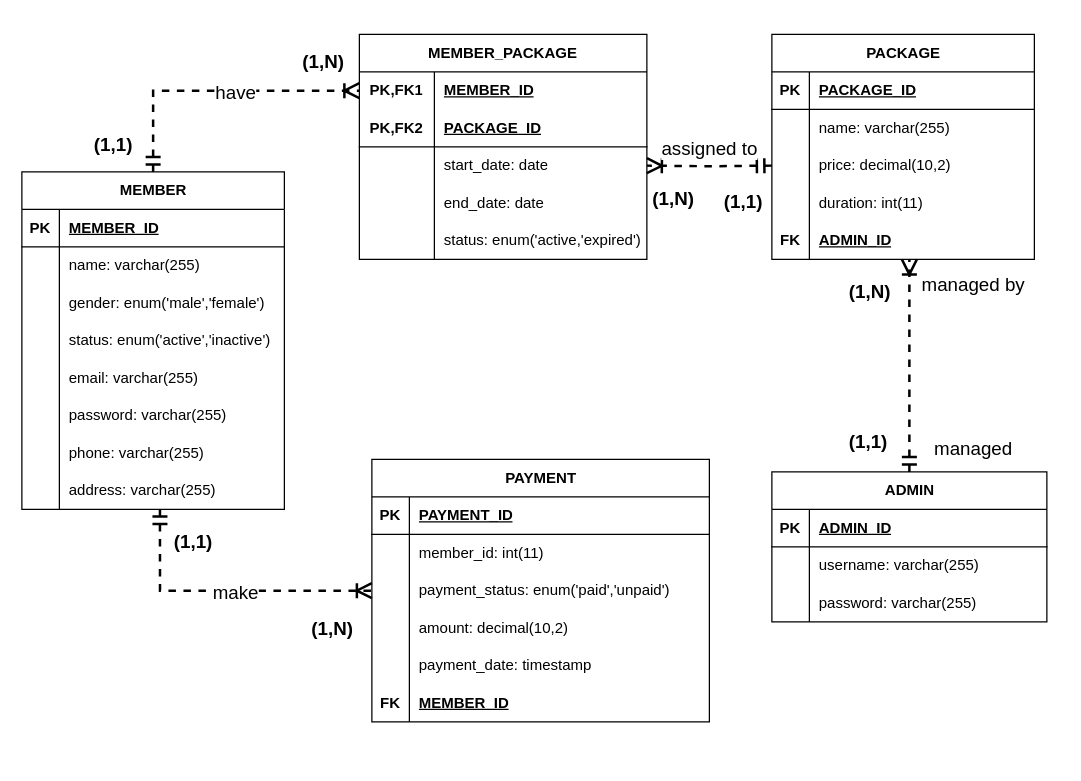
This is ERD ICT600 Gym Membership System.drawio from AbeSoll/Draw.io, a draw.io file, before an edit. Source tidied: cells renumbered, new cells numbered last; positions are measured from the earlier drawing's top-left corner, leaving out a move shared by most shapes. Both pictures are drawn from the tidied source at 125%, with x=0, y=0 at pixel (21, 34).
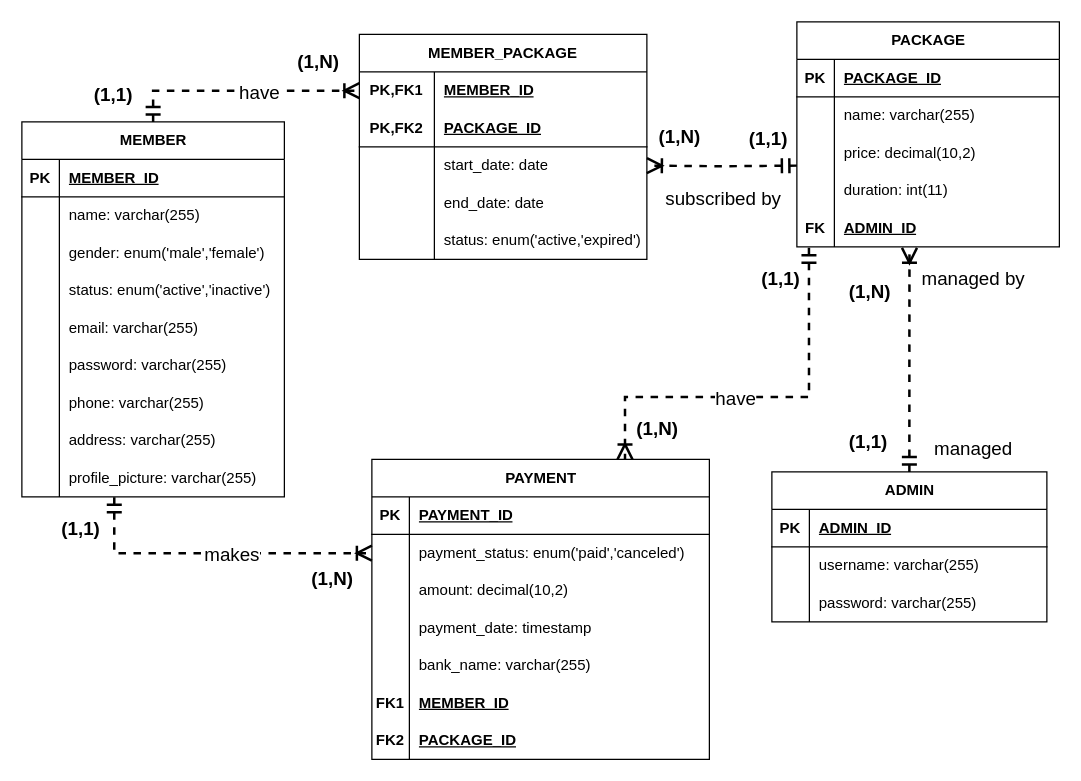
The same page after the edit.

The change refers to these unchanged cells:
```xml
<mxCell id="24" style="shape=tableRow;horizontal=0;startSize=0;swimlaneHead=0;swimlaneBody=0;fillColor=none;points=[[0,0.5],[1,0.5]];portConstraint=eastwest;top=0;left=0;right=0;bottom=0;fontFamily=Helvetica;fontSize=12;" parent="2" vertex="1">
  <mxGeometry y="240" width="210" height="30" as="geometry" />
</mxCell>
<mxCell id="59" style="shape=tableRow;horizontal=0;startSize=0;swimlaneHead=0;swimlaneBody=0;fillColor=none;points=[[0,0.5],[1,0.5]];portConstraint=eastwest;top=0;left=0;right=0;bottom=0;fontFamily=Helvetica;fontSize=12;" parent="46" vertex="1">
  <mxGeometry y="150" width="210" height="30" as="geometry" />
</mxCell>
<mxCell id="64" value="ADMIN" style="shape=table;startSize=30;childLayout=tableLayout;rowLines=0;fontStyle=1;align=center;html=1;fontFamily=Helvetica;fontSize=12;" parent="1" vertex="1">
  <mxGeometry x="600" y="350" width="220" height="120" as="geometry" />
</mxCell>
<mxCell id="74" style="edgeStyle=orthogonalEdgeStyle;rounded=0;jettySize=auto;html=1;exitX=0.5;exitY=0;exitDx=0;exitDy=0;entryX=0;entryY=0.5;entryDx=0;entryDy=0;startArrow=ERmandOne;startFill=0;endArrow=ERoneToMany;endFill=0;strokeWidth=2;targetPerimeterSpacing=0;endSize=9;startSize=9;dashed=1;" parent="1" edge="1" source="2" target="80">
  <mxGeometry relative="1" as="geometry" />
</mxCell>
<mxCell id="86" style="shape=tableRow;horizontal=0;startSize=0;swimlaneHead=0;swimlaneBody=0;fillColor=none;points=[[0,0.5],[1,0.5]];portConstraint=eastwest;top=0;left=0;right=0;bottom=0;html=1;" parent="79" vertex="1">
  <mxGeometry y="90" width="230" height="30" as="geometry" />
</mxCell>
```

Diff of the diagram source:
```diff
@@
     <mxCell id="2" value="MEMBER" style="shape=table;startSize=30;childLayout=tableLayout;rowLines=0;fontStyle=1;align=center;html=1;fontFamily=Helvetica;fontSize=12;" parent="1" vertex="1">
-      <mxGeometry y="110" width="210" height="270" as="geometry" />
+      <mxGeometry y="70" width="210" height="300" as="geometry" />
     </mxCell>
@@
+    <mxCell id="105" style="shape=tableRow;horizontal=0;startSize=0;swimlaneHead=0;swimlaneBody=0;fillColor=none;points=[[0,0.5],[1,0.5]];portConstraint=eastwest;top=0;left=0;right=0;bottom=0;fontFamily=Helvetica;fontSize=12;" parent="2" vertex="1">
+      <mxGeometry y="270" width="210" height="30" as="geometry" />
+    </mxCell>
+    <mxCell id="32" style="shape=partialRectangle;fillColor=none;top=0;left=0;bottom=0;right=0;overflow=hidden;whiteSpace=wrap;html=1;fontFamily=Helvetica;fontSize=12;" parent="105" vertex="1">
+      <mxGeometry width="30" height="30" as="geometry" />
+    </mxCell>
+    <mxCell id="106" value="profile_picture: varchar(255)" style="shape=partialRectangle;fillColor=none;top=0;left=0;bottom=0;right=0;align=left;spacingLeft=6;overflow=hidden;whiteSpace=wrap;html=1;fontFamily=Helvetica;fontSize=12;" parent="105" vertex="1">
+      <mxGeometry x="30" width="180" height="30" as="geometry" />
+    </mxCell>
     <mxCell id="27" value="PAYMENT" style="shape=table;startSize=30;childLayout=tableLayout;rowLines=0;fontStyle=1;align=center;html=1;fontFamily=Helvetica;fontSize=12;" parent="1" vertex="1">
-      <mxGeometry x="280" y="340" width="270" height="210" as="geometry" />
+      <mxGeometry x="280" y="340" width="270" height="240" as="geometry" />
     </mxCell>
@@
-    <mxCell id="31" style="shape=tableRow;horizontal=0;startSize=0;swimlaneHead=0;swimlaneBody=0;fillColor=none;top=0;left=0;right=0;bottom=0;fontFamily=Helvetica;fontSize=12;" parent="27" vertex="1">
-      <mxGeometry y="60" width="270" height="30" as="geometry" />
-    </mxCell>
-    <mxCell id="32" style="shape=partialRectangle;fillColor=none;top=0;left=0;bottom=0;right=0;overflow=hidden;whiteSpace=wrap;html=1;fontFamily=Helvetica;fontSize=12;" parent="31" vertex="1">
-      <mxGeometry width="30" height="30" as="geometry" />
-    </mxCell>
-    <mxCell id="33" value="member_id: int(11)" style="shape=partialRectangle;fillColor=none;top=0;left=0;bottom=0;right=0;align=left;spacingLeft=6;overflow=hidden;whiteSpace=wrap;html=1;fontFamily=Helvetica;fontSize=12;" parent="31" vertex="1">
-      <mxGeometry x="30" width="240" height="30" as="geometry" />
-    </mxCell>
     <mxCell id="34" style="shape=tableRow;horizontal=0;startSize=0;swimlaneHead=0;swimlaneBody=0;fillColor=none;points=[[0,0.5],[1,0.5]];portConstraint=eastwest;top=0;left=0;right=0;bottom=0;fontFamily=Helvetica;fontSize=12;" parent="27" vertex="1">
-      <mxGeometry y="90" width="270" height="30" as="geometry" />
+      <mxGeometry y="60" width="270" height="30" as="geometry" />
     </mxCell>
@@
-    <mxCell id="36" value="payment_status: enum('paid','unpaid')" style="shape=partialRectangle;fillColor=none;top=0;left=0;bottom=0;right=0;align=left;spacingLeft=6;overflow=hidden;whiteSpace=wrap;html=1;fontFamily=Helvetica;fontSize=12;" parent="34" vertex="1">
+    <mxCell id="36" value="payment_status: enum('paid','canceled')" style="shape=partialRectangle;fillColor=none;top=0;left=0;bottom=0;right=0;align=left;spacingLeft=6;overflow=hidden;whiteSpace=wrap;html=1;fontFamily=Helvetica;fontSize=12;" parent="34" vertex="1">
       <mxGeometry x="30" width="240" height="30" as="geometry" />
     </mxCell>
     <mxCell id="37" style="shape=tableRow;horizontal=0;startSize=0;swimlaneHead=0;swimlaneBody=0;fillColor=none;top=0;left=0;right=0;bottom=0;fontFamily=Helvetica;fontSize=12;" parent="27" vertex="1">
-      <mxGeometry y="120" width="270" height="30" as="geometry" />
+      <mxGeometry y="90" width="270" height="30" as="geometry" />
     </mxCell>
@@
     <mxCell id="40" style="shape=tableRow;horizontal=0;startSize=0;swimlaneHead=0;swimlaneBody=0;fillColor=none;top=0;left=0;right=0;bottom=0;fontFamily=Helvetica;fontSize=12;" parent="27" vertex="1">
-      <mxGeometry y="150" width="270" height="30" as="geometry" />
+      <mxGeometry y="120" width="270" height="30" as="geometry" />
     </mxCell>
@@
     <mxCell id="43" style="shape=tableRow;horizontal=0;startSize=0;swimlaneHead=0;swimlaneBody=0;fillColor=none;top=0;left=0;right=0;bottom=0;fontFamily=Helvetica;fontSize=12;fontStyle=1;" parent="27" vertex="1">
-      <mxGeometry y="180" width="270" height="30" as="geometry" />
+      <mxGeometry y="150" width="270" height="30" as="geometry" />
     </mxCell>
-    <mxCell id="44" value="&lt;b&gt;FK&lt;/b&gt;" style="shape=partialRectangle;fillColor=none;top=0;left=0;bottom=0;right=0;overflow=hidden;whiteSpace=wrap;html=1;fontFamily=Helvetica;fontSize=12;" parent="43" vertex="1">
+    <mxCell id="44" style="shape=partialRectangle;fillColor=none;top=0;left=0;bottom=0;right=0;overflow=hidden;whiteSpace=wrap;html=1;fontFamily=Helvetica;fontSize=12;" parent="43" vertex="1">
       <mxGeometry width="30" height="30" as="geometry" />
     </mxCell>
-    <mxCell id="45" value="&lt;b&gt;&lt;u&gt;MEMBER_ID&lt;/u&gt;&lt;/b&gt;" style="shape=partialRectangle;fillColor=none;top=0;left=0;bottom=0;right=0;align=left;spacingLeft=6;overflow=hidden;whiteSpace=wrap;html=1;fontFamily=Helvetica;fontSize=12;" parent="43" vertex="1">
+    <mxCell id="45" value="bank_name: varchar(255)" style="shape=partialRectangle;fillColor=none;top=0;left=0;bottom=0;right=0;align=left;spacingLeft=6;overflow=hidden;whiteSpace=wrap;html=1;fontFamily=Helvetica;fontSize=12;" parent="43" vertex="1">
       <mxGeometry x="30" width="240" height="30" as="geometry" />
     </mxCell>
+    <mxCell id="107" style="shape=tableRow;horizontal=0;startSize=0;swimlaneHead=0;swimlaneBody=0;fillColor=none;top=0;left=0;right=0;bottom=0;fontFamily=Helvetica;fontSize=12;" parent="27" vertex="1">
+      <mxGeometry y="180" width="270" height="30" as="geometry" />
+    </mxCell>
+    <mxCell id="108" value="&lt;b&gt;FK1&lt;/b&gt;" style="shape=partialRectangle;fillColor=none;top=0;left=0;bottom=0;right=0;overflow=hidden;whiteSpace=wrap;html=1;fontFamily=Helvetica;fontSize=12;" parent="107" vertex="1">
+      <mxGeometry width="30" height="30" as="geometry" />
+    </mxCell>
+    <mxCell id="109" value="&lt;b&gt;&lt;u&gt;MEMBER_ID&lt;/u&gt;&lt;/b&gt;" style="shape=partialRectangle;fillColor=none;top=0;left=0;bottom=0;right=0;align=left;spacingLeft=6;overflow=hidden;whiteSpace=wrap;html=1;fontFamily=Helvetica;fontSize=12;" parent="107" vertex="1">
+      <mxGeometry x="30" width="240" height="30" as="geometry" />
+    </mxCell>
+    <mxCell id="110" style="shape=tableRow;horizontal=0;startSize=0;swimlaneHead=0;swimlaneBody=0;fillColor=none;top=0;left=0;right=0;bottom=0;fontFamily=Helvetica;fontSize=12;" parent="27" vertex="1">
+      <mxGeometry y="210" width="270" height="30" as="geometry" />
+    </mxCell>
+    <mxCell id="111" value="&lt;b&gt;FK2&lt;/b&gt;" style="shape=partialRectangle;fillColor=none;top=0;left=0;bottom=0;right=0;overflow=hidden;whiteSpace=wrap;html=1;fontFamily=Helvetica;fontSize=12;" parent="110" vertex="1">
+      <mxGeometry width="30" height="30" as="geometry" />
+    </mxCell>
+    <mxCell id="112" value="&lt;b&gt;&lt;u&gt;PACKAGE_ID&lt;/u&gt;&lt;/b&gt;" style="shape=partialRectangle;fillColor=none;top=0;left=0;bottom=0;right=0;align=left;spacingLeft=6;overflow=hidden;whiteSpace=wrap;html=1;fontFamily=Helvetica;fontSize=12;" parent="110" vertex="1">
+      <mxGeometry x="30" width="240" height="30" as="geometry" />
+    </mxCell>
     <mxCell id="46" value="PACKAGE" style="shape=table;startSize=30;childLayout=tableLayout;rowLines=0;fontStyle=1;align=center;html=1;fontFamily=Helvetica;fontSize=12;" parent="1" vertex="1">
-      <mxGeometry x="600" width="210" height="180" as="geometry" />
+      <mxGeometry x="620" y="-10" width="210" height="180" as="geometry" />
     </mxCell>
@@
-    <mxCell id="62" style="edgeStyle=orthogonalEdgeStyle;rounded=0;jettySize=auto;html=1;exitX=0.5;exitY=0;exitDx=0;exitDy=0;startArrow=ERmandOne;startFill=0;endArrow=ERoneToMany;endFill=0;endSize=9;startSize=9;strokeWidth=2;dashed=1;" parent="1" edge="1" source="64">
-      <mxGeometry relative="1" as="geometry">
-        <mxPoint x="710" y="180" as="targetPoint" />
-        <Array as="points">
-          <mxPoint x="710" y="180" />
-        </Array>
-      </mxGeometry>
+    <mxCell id="62" style="edgeStyle=orthogonalEdgeStyle;rounded=0;jettySize=auto;html=1;exitX=0.5;exitY=0;exitDx=0;exitDy=0;startArrow=ERmandOne;startFill=0;endArrow=ERoneToMany;endFill=0;endSize=9;startSize=9;strokeWidth=2;dashed=1;entryX=0.429;entryY=1.026;entryDx=0;entryDy=0;entryPerimeter=0;" parent="1" edge="1" source="64" target="59">
+      <mxGeometry relative="1" as="geometry" />
     </mxCell>
@@
     <mxCell id="76" value="(1,N)" style="edgeLabel;html=1;align=center;verticalAlign=middle;fontStyle=1;fontSize=15;" parent="74" vertex="1">
       <mxGeometry x="0.66" y="-1" relative="1" as="geometry">
-        <mxPoint x="9" y="-26" as="offset" />
+        <mxPoint x="-2" y="-26" as="offset" />
       </mxGeometry>
     </mxCell>
-    <mxCell id="77" style="edgeStyle=orthogonalEdgeStyle;rounded=0;jettySize=auto;html=1;exitX=0;exitY=0.5;exitDx=0;exitDy=0;entryX=1;entryY=0.5;entryDx=0;entryDy=0;endArrow=ERoneToMany;endFill=0;startArrow=ERmandOne;startFill=0;strokeWidth=2;sourcePerimeterSpacing=0;endSize=9;startSize=9;dashed=1;" parent="1" edge="1" target="86">
+    <mxCell id="77" style="edgeStyle=orthogonalEdgeStyle;rounded=0;jettySize=auto;html=1;entryX=1;entryY=0.5;entryDx=0;entryDy=0;endArrow=ERoneToMany;endFill=0;startArrow=ERmandOne;startFill=0;strokeWidth=2;sourcePerimeterSpacing=0;endSize=9;startSize=9;dashed=1;" parent="1" edge="1" target="86">
       <mxGeometry relative="1" as="geometry">
-        <mxPoint x="600" y="105" as="sourcePoint" />
+        <mxPoint x="620" y="105" as="sourcePoint" />
       </mxGeometry>
     </mxCell>
-    <mxCell id="78" value="assigned to" style="edgeLabel;html=1;align=center;verticalAlign=middle;fontSize=15;" parent="77" vertex="1">
+    <mxCell id="78" value="subscribed by" style="edgeLabel;html=1;align=center;verticalAlign=middle;fontSize=15;" parent="77" vertex="1">
       <mxGeometry x="0.01" y="1" relative="1" as="geometry">
-        <mxPoint y="-16" as="offset" />
+        <mxPoint x="1" y="24" as="offset" />
       </mxGeometry>
     </mxCell>
@@
-    <mxCell id="95" style="edgeStyle=orthogonalEdgeStyle;rounded=0;jettySize=auto;html=1;exitX=0.526;exitY=0.992;exitDx=0;exitDy=0;entryX=0;entryY=0.5;entryDx=0;entryDy=0;startArrow=ERmandOne;startFill=0;endArrow=ERoneToMany;endFill=0;strokeWidth=2;targetPerimeterSpacing=0;startSize=9;endSize=9;exitPerimeter=0;dashed=1;" parent="1" edge="1" source="24" target="34">
+    <mxCell id="95" style="edgeStyle=orthogonalEdgeStyle;rounded=0;jettySize=auto;html=1;exitX=0.352;exitY=1.013;exitDx=0;exitDy=0;entryX=0;entryY=0.5;entryDx=0;entryDy=0;startArrow=ERmandOne;startFill=0;endArrow=ERoneToMany;endFill=0;strokeWidth=2;targetPerimeterSpacing=0;startSize=9;endSize=9;dashed=1;exitPerimeter=0;" parent="1" edge="1" source="105" target="34">
       <mxGeometry relative="1" as="geometry" />
     </mxCell>
-    <mxCell id="96" value="make" style="edgeLabel;html=1;align=center;verticalAlign=middle;fontSize=15;" parent="95" vertex="1">
+    <mxCell id="96" value="makes" style="edgeLabel;html=1;align=center;verticalAlign=middle;fontSize=15;" parent="95" vertex="1">
       <mxGeometry x="-0.13" relative="1" as="geometry">
-        <mxPoint x="23" as="offset" />
+        <mxPoint x="29" as="offset" />
       </mxGeometry>
     </mxCell>
@@
     <mxCell id="98" value="(1,1)" style="edgeLabel;html=1;align=center;verticalAlign=middle;fontStyle=1;fontSize=15;" parent="1" vertex="1">
-      <mxGeometry x="240" y="40" as="geometry">
+      <mxGeometry x="240" as="geometry">
         <mxPoint x="-168" y="47" as="offset" />
       </mxGeometry>
     </mxCell>
     <mxCell id="99" value="&lt;span style=&quot;color: rgb(0, 0, 0); font-family: Helvetica; font-size: 15px; font-style: normal; font-variant-ligatures: normal; font-variant-caps: normal; font-weight: 700; letter-spacing: normal; orphans: 2; text-align: center; text-indent: 0px; text-transform: none; widows: 2; word-spacing: 0px; -webkit-text-stroke-width: 0px; white-space: nowrap; background-color: rgb(255, 255, 255); text-decoration-thickness: initial; text-decoration-style: initial; text-decoration-color: initial; display: inline !important; float: none;&quot;&gt;(1,1)&lt;/span&gt;" style="text;whiteSpace=wrap;html=1;" parent="1" vertex="1">
-      <mxGeometry x="120" y="390" width="60" height="40" as="geometry" />
+      <mxGeometry x="30" y="380" width="60" height="40" as="geometry" />
     </mxCell>
@@
     <mxCell id="101" value="(1,N)" style="edgeLabel;html=1;align=center;verticalAlign=middle;fontStyle=1;fontSize=15;" parent="1" vertex="1">
-      <mxGeometry x="520" y="130" as="geometry" />
+      <mxGeometry x="525" y="80" as="geometry" />
     </mxCell>
     <mxCell id="102" value="(1,1)" style="edgeLabel;html=1;align=center;verticalAlign=middle;fontStyle=1;fontSize=15;" parent="1" vertex="1">
-      <mxGeometry x="290" y="50" as="geometry">
+      <mxGeometry x="310" as="geometry">
         <mxPoint x="286" y="82" as="offset" />
       </mxGeometry>
     </mxCell>
     <mxCell id="103" value="&lt;span style=&quot;color: rgb(0, 0, 0); font-family: Helvetica; font-size: 15px; font-style: normal; font-variant-ligatures: normal; font-variant-caps: normal; font-weight: 700; letter-spacing: normal; orphans: 2; text-align: center; text-indent: 0px; text-transform: none; widows: 2; word-spacing: 0px; -webkit-text-stroke-width: 0px; white-space: nowrap; background-color: rgb(255, 255, 255); text-decoration-thickness: initial; text-decoration-style: initial; text-decoration-color: initial; float: none; display: inline !important;&quot;&gt;(1,N)&lt;/span&gt;" style="text;whiteSpace=wrap;html=1;" parent="1" vertex="1">
-      <mxGeometry x="230" y="460" width="60" height="40" as="geometry" />
+      <mxGeometry x="230" y="420" width="60" height="40" as="geometry" />
     </mxCell>
@@
+    <mxCell id="113" style="edgeStyle=orthogonalEdgeStyle;rounded=0;jettySize=auto;html=1;entryX=0.75;entryY=0;entryDx=0;entryDy=0;dashed=1;strokeWidth=2;startArrow=ERmandOne;startFill=0;endArrow=ERoneToMany;endFill=0;exitX=0.046;exitY=1.025;exitDx=0;exitDy=0;exitPerimeter=0;endSize=9;startSize=9;" parent="1" edge="1" source="59" target="27">
+      <mxGeometry relative="1" as="geometry">
+        <Array as="points">
+          <mxPoint x="630" y="290" />
+          <mxPoint x="483" y="290" />
+        </Array>
+      </mxGeometry>
+    </mxCell>
+    <mxCell id="114" value="have" style="edgeLabel;html=1;align=center;verticalAlign=middle;fontSize=15;" parent="1" vertex="1">
+      <mxGeometry x="570" y="290" as="geometry" />
+    </mxCell>
+    <mxCell id="115" value="&lt;span style=&quot;color: rgb(0, 0, 0); font-family: Helvetica; font-size: 15px; font-style: normal; font-variant-ligatures: normal; font-variant-caps: normal; font-weight: 700; letter-spacing: normal; orphans: 2; text-align: center; text-indent: 0px; text-transform: none; widows: 2; word-spacing: 0px; -webkit-text-stroke-width: 0px; white-space: nowrap; background-color: rgb(255, 255, 255); text-decoration-thickness: initial; text-decoration-style: initial; text-decoration-color: initial; display: inline !important; float: none;&quot;&gt;(1,1)&lt;/span&gt;" style="text;whiteSpace=wrap;html=1;" parent="1" vertex="1">
+      <mxGeometry x="590" y="180" width="60" height="40" as="geometry" />
+    </mxCell>
+    <mxCell id="116" value="&lt;span style=&quot;color: rgb(0, 0, 0); font-family: Helvetica; font-size: 15px; font-style: normal; font-variant-ligatures: normal; font-variant-caps: normal; font-weight: 700; letter-spacing: normal; orphans: 2; text-align: center; text-indent: 0px; text-transform: none; widows: 2; word-spacing: 0px; -webkit-text-stroke-width: 0px; white-space: nowrap; background-color: rgb(255, 255, 255); text-decoration-thickness: initial; text-decoration-style: initial; text-decoration-color: initial; display: inline !important; float: none;&quot;&gt;(1,N)&lt;/span&gt;" style="text;whiteSpace=wrap;html=1;" parent="1" vertex="1">
+      <mxGeometry x="490" y="300" width="70" height="40" as="geometry" />
+    </mxCell>
```
